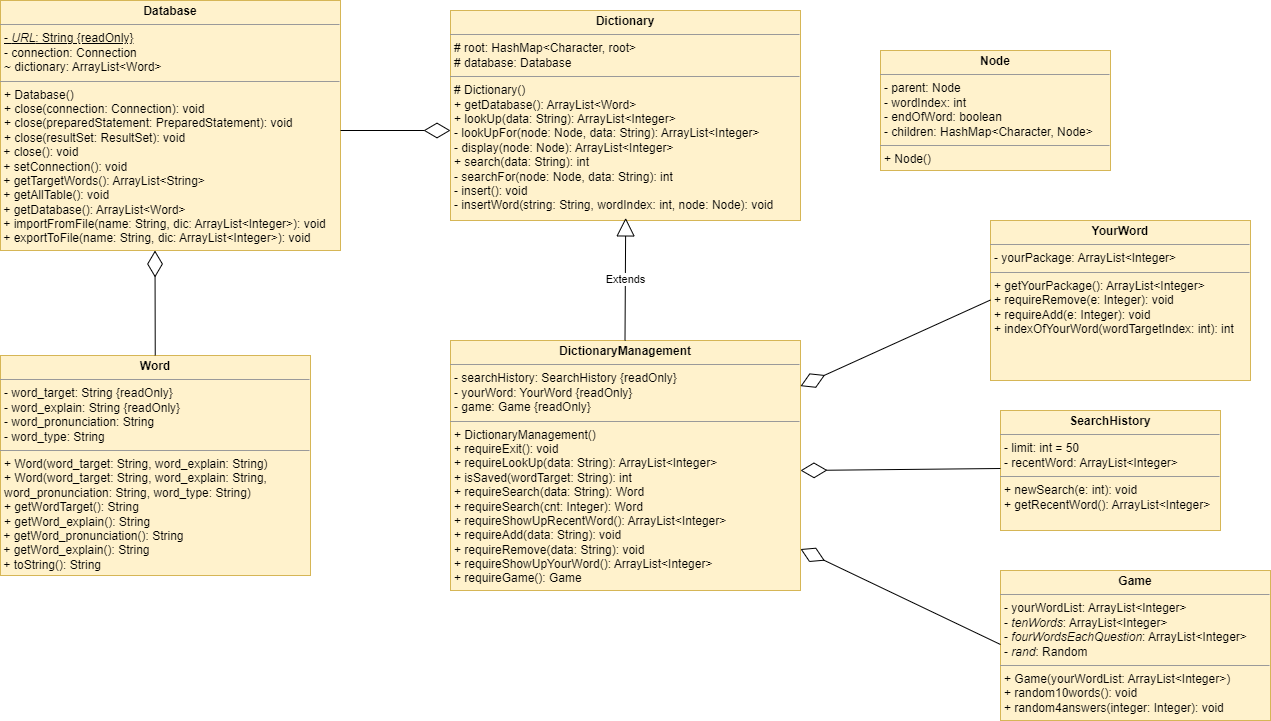
This is dictionary-Backend.drawio.png from ngoctranbao/javaoop, a draw.io export, as it was before one commit. Source tidied: cells renumbered, new cells last; positions are measured from the earlier drawing's top-left corner, leaving out a move shared by most shapes. Source of this version:
```xml
<mxGraphModel>
  <root>
    <mxCell id="0" />
    <mxCell id="1" parent="0" />
    <mxCell id="2" value="&lt;p style=&quot;margin:0px;margin-top:4px;text-align:center;&quot;&gt;&lt;b&gt;Word&lt;/b&gt;&lt;/p&gt;&lt;hr size=&quot;1&quot;&gt;&lt;p style=&quot;margin:0px;margin-left:4px;&quot;&gt;- word_target: String {readOnly}&lt;/p&gt;&lt;p style=&quot;margin:0px;margin-left:4px;&quot;&gt;- word_explain: String {readOnly}&lt;/p&gt;&lt;p style=&quot;margin:0px;margin-left:4px;&quot;&gt;- word_pronunciation: String&amp;nbsp;&lt;/p&gt;&lt;p style=&quot;margin:0px;margin-left:4px;&quot;&gt;- word_type: String&amp;nbsp;&lt;/p&gt;&lt;hr size=&quot;1&quot;&gt;&lt;p style=&quot;margin:0px;margin-left:4px;&quot;&gt;+ Word(word_target: String, word_explain: String)&lt;/p&gt;&lt;p style=&quot;margin:0px;margin-left:4px;&quot;&gt;+ Word(word_target: String, word_explain: String, word_pronunciation: String, word_type: String)&lt;br&gt;&lt;/p&gt;&lt;p style=&quot;margin:0px;margin-left:4px;&quot;&gt;+ getWordTarget(): String&lt;/p&gt;&lt;p style=&quot;margin:0px;margin-left:4px;&quot;&gt;+&amp;nbsp;getWord_explain(): String&lt;/p&gt;&amp;nbsp;+ getWord_pronunciation(): String&lt;br&gt;&amp;nbsp;+ getWord_explain(): String&lt;br&gt;&amp;nbsp;+ toString(): String&lt;br&gt;&lt;p style=&quot;margin:0px;margin-left:4px;&quot;&gt;&amp;nbsp;&lt;/p&gt;&lt;p style=&quot;margin:0px;margin-left:4px;&quot;&gt;&lt;br&gt;&lt;/p&gt;" style="verticalAlign=top;align=left;overflow=fill;fontSize=12;fontFamily=Helvetica;html=1;whiteSpace=wrap;fillColor=#fff2cc;strokeColor=#d6b656;" parent="1" vertex="1">
      <mxGeometry y="355" width="310" height="220" as="geometry" />
    </mxCell>
    <mxCell id="3" value="&lt;p style=&quot;margin:0px;margin-top:4px;text-align:center;&quot;&gt;&lt;b&gt;Dictionary&lt;/b&gt;&lt;/p&gt;&lt;hr size=&quot;1&quot;&gt;&lt;p style=&quot;margin:0px;margin-left:4px;&quot;&gt;# root: HashMap&amp;lt;Character, root&amp;gt;&lt;/p&gt;&lt;p style=&quot;margin:0px;margin-left:4px;&quot;&gt;# database: Database&lt;/p&gt;&lt;hr size=&quot;1&quot;&gt;&lt;p style=&quot;margin:0px;margin-left:4px;&quot;&gt;# Dictionary()&lt;/p&gt;&lt;p style=&quot;margin:0px;margin-left:4px;&quot;&gt;+ getDatabase(): ArrayList&amp;lt;Word&amp;gt;&lt;/p&gt;&lt;p style=&quot;margin:0px;margin-left:4px;&quot;&gt;+ lookUp(data: String): ArrayList&amp;lt;Integer&amp;gt;&lt;/p&gt;&lt;p style=&quot;margin:0px;margin-left:4px;&quot;&gt;- lookUpFor(node: Node, data: String): ArrayList&amp;lt;Integer&amp;gt;&lt;/p&gt;&lt;p style=&quot;margin:0px;margin-left:4px;&quot;&gt;- display(node: Node): ArrayList&amp;lt;Integer&amp;gt;&lt;/p&gt;&lt;p style=&quot;margin:0px;margin-left:4px;&quot;&gt;+ search(data: String): int&lt;/p&gt;&lt;p style=&quot;margin:0px;margin-left:4px;&quot;&gt;- searchFor(node: Node, data: String): int&lt;/p&gt;&lt;p style=&quot;margin:0px;margin-left:4px;&quot;&gt;- insert(): void&lt;/p&gt;&lt;p style=&quot;margin:0px;margin-left:4px;&quot;&gt;- insertWord(string: String, wordIndex: int, node: Node): void&lt;/p&gt;&lt;p style=&quot;margin:0px;margin-left:4px;&quot;&gt;&lt;br&gt;&lt;/p&gt;" style="verticalAlign=top;align=left;overflow=fill;fontSize=12;fontFamily=Helvetica;html=1;whiteSpace=wrap;fillColor=#fff2cc;strokeColor=#d6b656;" parent="1" vertex="1">
      <mxGeometry x="450" y="10" width="350" height="210" as="geometry" />
    </mxCell>
    <mxCell id="4" value="&lt;p style=&quot;margin:0px;margin-top:4px;text-align:center;&quot;&gt;&lt;b&gt;Database&lt;/b&gt;&lt;/p&gt;&lt;hr size=&quot;1&quot;&gt;&lt;p style=&quot;margin:0px;margin-left:4px;&quot;&gt;&lt;u&gt;- &lt;i&gt;URL&lt;/i&gt;: String {readOnly}&lt;/u&gt;&lt;/p&gt;&lt;p style=&quot;margin:0px;margin-left:4px;&quot;&gt;- connection: Connection&lt;/p&gt;&lt;p style=&quot;margin:0px;margin-left:4px;&quot;&gt;&lt;span style=&quot;background-color: initial;&quot;&gt;~ dictionary: ArrayList&amp;lt;Word&amp;gt;&lt;/span&gt;&lt;/p&gt;&lt;hr size=&quot;1&quot;&gt;&lt;p style=&quot;margin:0px;margin-left:4px;&quot;&gt;+ Database()&lt;/p&gt;&lt;p style=&quot;margin:0px;margin-left:4px;&quot;&gt;+ close(connection: Connection): void&lt;br&gt;&lt;/p&gt;&lt;p style=&quot;margin:0px;margin-left:4px;&quot;&gt;+ close(preparedStatement: PreparedStatement): void&lt;/p&gt;&lt;p style=&quot;margin:0px;margin-left:4px;&quot;&gt;+&amp;nbsp;close(resultSet:&amp;nbsp;ResultSet): void&lt;/p&gt;&amp;nbsp;+ close(): void&lt;br&gt;&amp;nbsp;+ setConnection(): void&lt;br&gt;&amp;nbsp;+&amp;nbsp;getTargetWords():&amp;nbsp;ArrayList&amp;lt;String&amp;gt;&lt;br&gt;&amp;nbsp;+&amp;nbsp;getAllTable(): void&lt;br&gt;&amp;nbsp;+ getDatabase(): ArrayList&amp;lt;Word&amp;gt;&lt;br&gt;&amp;nbsp;+ importFromFile(name: String, dic: ArrayList&amp;lt;Integer&amp;gt;): void&lt;br&gt;&amp;nbsp;+ exportToFile(name: String, dic: ArrayList&amp;lt;Integer&amp;gt;): void&lt;br&gt;&lt;p style=&quot;margin:0px;margin-left:4px;&quot;&gt;&amp;nbsp;&lt;/p&gt;&lt;p style=&quot;margin:0px;margin-left:4px;&quot;&gt;&lt;br&gt;&lt;/p&gt;" style="verticalAlign=top;align=left;overflow=fill;fontSize=12;fontFamily=Helvetica;html=1;whiteSpace=wrap;fillColor=#fff2cc;strokeColor=#d6b656;" parent="1" vertex="1">
      <mxGeometry width="340" height="250" as="geometry" />
    </mxCell>
    <mxCell id="5" value="&lt;p style=&quot;margin:0px;margin-top:4px;text-align:center;&quot;&gt;&lt;b&gt;Node&lt;/b&gt;&lt;/p&gt;&lt;hr size=&quot;1&quot;&gt;&lt;p style=&quot;margin:0px;margin-left:4px;&quot;&gt;- parent: Node&lt;/p&gt;&lt;p style=&quot;margin:0px;margin-left:4px;&quot;&gt;- wordIndex: int&lt;/p&gt;&lt;p style=&quot;margin:0px;margin-left:4px;&quot;&gt;- endOfWord: boolean&lt;/p&gt;&lt;p style=&quot;margin:0px;margin-left:4px;&quot;&gt;- children: HashMap&amp;lt;Character, Node&amp;gt;&lt;/p&gt;&lt;hr size=&quot;1&quot;&gt;&lt;p style=&quot;margin:0px;margin-left:4px;&quot;&gt;+ Node()&lt;/p&gt;" style="verticalAlign=top;align=left;overflow=fill;fontSize=12;fontFamily=Helvetica;html=1;whiteSpace=wrap;fillColor=#fff2cc;strokeColor=#d6b656;" parent="1" vertex="1">
      <mxGeometry x="880" y="50" width="230" height="120" as="geometry" />
    </mxCell>
    <mxCell id="6" value="&lt;p style=&quot;margin:0px;margin-top:4px;text-align:center;&quot;&gt;&lt;b&gt;DictionaryManagement&lt;/b&gt;&lt;/p&gt;&lt;hr size=&quot;1&quot;&gt;&lt;p style=&quot;margin:0px;margin-left:4px;&quot;&gt;- searchHistory: SearchHistory {readOnly}&lt;/p&gt;&lt;p style=&quot;margin:0px;margin-left:4px;&quot;&gt;- yourWord: YourWord&amp;nbsp;{readOnly}&lt;/p&gt;&lt;p style=&quot;margin:0px;margin-left:4px;&quot;&gt;- game: Game {readOnly}&lt;/p&gt;&lt;hr size=&quot;1&quot;&gt;&lt;p style=&quot;margin:0px;margin-left:4px;&quot;&gt;+ DictionaryManagement()&lt;/p&gt;&lt;p style=&quot;margin:0px;margin-left:4px;&quot;&gt;+ requireExit(): void&lt;/p&gt;&lt;p style=&quot;margin:0px;margin-left:4px;&quot;&gt;+ requireLookUp(data: String): ArrayList&amp;lt;Integer&amp;gt;&lt;/p&gt;&lt;p style=&quot;margin:0px;margin-left:4px;&quot;&gt;+ isSaved(wordTarget: String): int&lt;/p&gt;&lt;p style=&quot;margin:0px;margin-left:4px;&quot;&gt;+ requireSearch(data: String): Word&lt;/p&gt;&lt;p style=&quot;margin:0px;margin-left:4px;&quot;&gt;+ requireSearch(cnt: Integer): Word&lt;br&gt;&lt;/p&gt;&lt;p style=&quot;margin:0px;margin-left:4px;&quot;&gt;+ requireShowUpRecentWord(): ArrayList&amp;lt;Integer&amp;gt;&lt;/p&gt;&lt;p style=&quot;margin:0px;margin-left:4px;&quot;&gt;+ requireAdd(data: String): void&lt;/p&gt;&lt;p style=&quot;margin:0px;margin-left:4px;&quot;&gt;+ requireRemove(data: String): void&lt;/p&gt;&lt;p style=&quot;margin:0px;margin-left:4px;&quot;&gt;+ requireShowUpYourWord(): ArrayList&amp;lt;Integer&amp;gt;&lt;/p&gt;&lt;p style=&quot;margin:0px;margin-left:4px;&quot;&gt;+ requireGame(): Game&lt;/p&gt;" style="verticalAlign=top;align=left;overflow=fill;fontSize=12;fontFamily=Helvetica;html=1;whiteSpace=wrap;fillColor=#fff2cc;strokeColor=#d6b656;" parent="1" vertex="1">
      <mxGeometry x="450" y="340" width="350" height="250" as="geometry" />
    </mxCell>
    <mxCell id="7" value="&lt;p style=&quot;margin:0px;margin-top:4px;text-align:center;&quot;&gt;&lt;b&gt;SearchHistory&lt;/b&gt;&lt;/p&gt;&lt;hr size=&quot;1&quot;&gt;&lt;p style=&quot;margin:0px;margin-left:4px;&quot;&gt;- limit: int = 50&lt;/p&gt;&lt;p style=&quot;margin:0px;margin-left:4px;&quot;&gt;- recentWord: ArrayList&amp;lt;Integer&amp;gt;&lt;/p&gt;&lt;hr size=&quot;1&quot;&gt;&lt;p style=&quot;margin:0px;margin-left:4px;&quot;&gt;+ newSearch(e: int): void&lt;/p&gt;&lt;p style=&quot;margin:0px;margin-left:4px;&quot;&gt;+ getRecentWord(): ArrayList&amp;lt;Integer&amp;gt;&lt;/p&gt;&lt;p style=&quot;margin:0px;margin-left:4px;&quot;&gt;&lt;br&gt;&lt;/p&gt;" style="verticalAlign=top;align=left;overflow=fill;fontSize=12;fontFamily=Helvetica;html=1;whiteSpace=wrap;fillColor=#fff2cc;strokeColor=#d6b656;" parent="1" vertex="1">
      <mxGeometry x="1000" y="410" width="220" height="120" as="geometry" />
    </mxCell>
    <mxCell id="8" value="&lt;p style=&quot;margin:0px;margin-top:4px;text-align:center;&quot;&gt;&lt;b&gt;YourWord&lt;/b&gt;&lt;/p&gt;&lt;hr size=&quot;1&quot;&gt;&lt;p style=&quot;margin:0px;margin-left:4px;&quot;&gt;&lt;span style=&quot;background-color: initial;&quot;&gt;- yourPackage: ArrayList&amp;lt;Integer&amp;gt;&lt;/span&gt;&lt;br&gt;&lt;/p&gt;&lt;hr size=&quot;1&quot;&gt;&lt;p style=&quot;margin:0px;margin-left:4px;&quot;&gt;&lt;span style=&quot;background-color: initial;&quot;&gt;+ getYourPackage(): ArrayList&amp;lt;Integer&amp;gt;&lt;/span&gt;&lt;br&gt;&lt;/p&gt;&lt;p style=&quot;margin:0px;margin-left:4px;&quot;&gt;&lt;span style=&quot;background-color: initial;&quot;&gt;+ requireRemove(e: Integer): void&lt;/span&gt;&lt;/p&gt;&lt;p style=&quot;margin:0px;margin-left:4px;&quot;&gt;&lt;span style=&quot;background-color: initial;&quot;&gt;+ requireAdd(e: Integer): void&lt;/span&gt;&lt;/p&gt;&lt;p style=&quot;margin:0px;margin-left:4px;&quot;&gt;&lt;span style=&quot;background-color: initial;&quot;&gt;+ indexOfYourWord(wordTargetIndex: int): int&lt;/span&gt;&lt;/p&gt;&lt;p style=&quot;margin:0px;margin-left:4px;&quot;&gt;&lt;br&gt;&lt;/p&gt;" style="verticalAlign=top;align=left;overflow=fill;fontSize=12;fontFamily=Helvetica;html=1;whiteSpace=wrap;fillColor=#fff2cc;strokeColor=#d6b656;" parent="1" vertex="1">
      <mxGeometry x="990" y="220" width="260" height="160" as="geometry" />
    </mxCell>
    <mxCell id="9" value="&lt;p style=&quot;margin:0px;margin-top:4px;text-align:center;&quot;&gt;&lt;b&gt;Game&lt;/b&gt;&lt;/p&gt;&lt;hr size=&quot;1&quot;&gt;&lt;p style=&quot;margin:0px;margin-left:4px;&quot;&gt;&lt;span style=&quot;background-color: initial;&quot;&gt;- yourWordList: ArrayList&amp;lt;Integer&amp;gt;&lt;/span&gt;&lt;br&gt;&lt;/p&gt;&lt;p style=&quot;margin:0px;margin-left:4px;&quot;&gt;- &lt;i&gt;tenWords&lt;/i&gt;: ArrayList&amp;lt;Integer&amp;gt;&lt;span style=&quot;background-color: initial;&quot;&gt;&lt;br&gt;&lt;/span&gt;&lt;/p&gt;&lt;p style=&quot;margin:0px;margin-left:4px;&quot;&gt;- &lt;i&gt;fourWordsEachQuestion&lt;/i&gt;: ArrayList&amp;lt;Integer&amp;gt;&lt;br&gt;&lt;/p&gt;&lt;p style=&quot;margin:0px;margin-left:4px;&quot;&gt;- &lt;i&gt;rand&lt;/i&gt;: Random&lt;/p&gt;&lt;hr size=&quot;1&quot;&gt;&lt;p style=&quot;margin:0px;margin-left:4px;&quot;&gt;+ Game(yourWordList: ArrayList&amp;lt;Integer&amp;gt;)&lt;/p&gt;&lt;p style=&quot;margin:0px;margin-left:4px;&quot;&gt;+ random10words(): void&lt;/p&gt;&lt;p style=&quot;margin:0px;margin-left:4px;&quot;&gt;+ random4answers(integer: Integer): void&lt;/p&gt;" style="verticalAlign=top;align=left;overflow=fill;fontSize=12;fontFamily=Helvetica;html=1;whiteSpace=wrap;fillColor=#fff2cc;strokeColor=#d6b656;" parent="1" vertex="1">
      <mxGeometry x="1000" y="570" width="270" height="150" as="geometry" />
    </mxCell>
    <mxCell id="10" style="endArrow=diamondThin;endFill=0;endSize=24;html=1;rounded=0;entryX=0.5;entryY=1;entryDx=0;entryDy=0;" parent="1" edge="1" source="2">
      <mxGeometry relative="1" as="geometry">
        <mxPoint x="154.5" y="250" as="targetPoint" />
      </mxGeometry>
    </mxCell>
    <mxCell id="11" style="endArrow=diamondThin;endFill=0;endSize=24;html=1;rounded=0;" parent="1" edge="1">
      <mxGeometry relative="1" as="geometry">
        <mxPoint x="340" y="130" as="sourcePoint" />
        <mxPoint x="450" y="130" as="targetPoint" />
      </mxGeometry>
    </mxCell>
    <mxCell id="12" value="Extends" style="endArrow=block;endSize=16;endFill=0;html=1;rounded=0;exitX=0.572;exitY=0.021;exitDx=0;exitDy=0;exitPerimeter=0;entryX=0.574;entryY=1.012;entryDx=0;entryDy=0;entryPerimeter=0;" parent="1" edge="1">
      <mxGeometry relative="1" as="geometry">
        <mxPoint x="624.5" y="340" as="sourcePoint" />
        <mxPoint x="625.2" y="217.4" as="targetPoint" />
      </mxGeometry>
    </mxCell>
    <mxCell id="13" style="endArrow=diamondThin;endFill=0;endSize=24;html=1;rounded=0;" parent="1" edge="1" target="6">
      <mxGeometry relative="1" as="geometry">
        <mxPoint x="990" y="299.5" as="sourcePoint" />
      </mxGeometry>
    </mxCell>
    <mxCell id="14" style="endArrow=diamondThin;endFill=0;endSize=24;html=1;rounded=0;" parent="1" edge="1">
      <mxGeometry relative="1" as="geometry">
        <mxPoint x="1000" y="468" as="sourcePoint" />
        <mxPoint x="800" y="470" as="targetPoint" />
      </mxGeometry>
    </mxCell>
    <mxCell id="15" style="endArrow=diamondThin;endFill=0;endSize=24;html=1;rounded=0;" parent="1" edge="1" target="6">
      <mxGeometry relative="1" as="geometry">
        <mxPoint x="1000" y="644" as="sourcePoint" />
      </mxGeometry>
    </mxCell>
  </root>
</mxGraphModel>
```
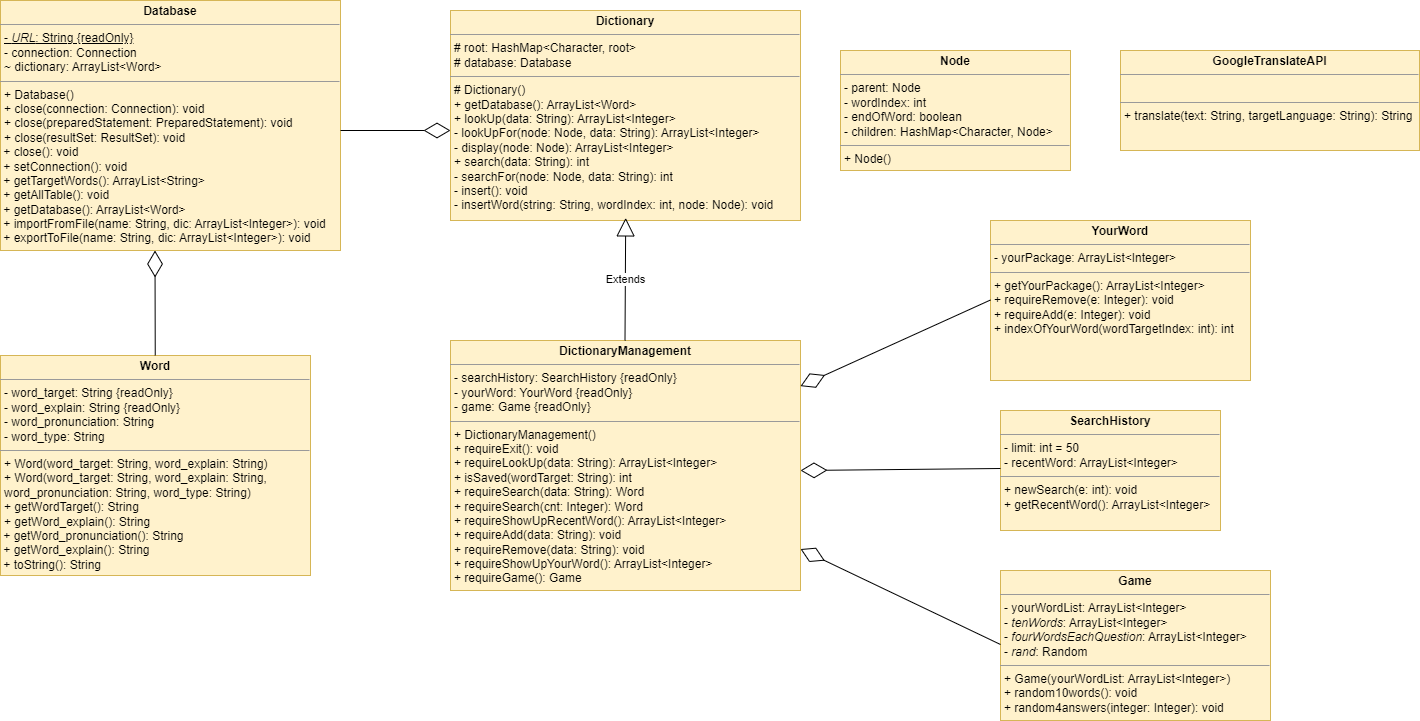
The same diagram one commit later.

The edit, as a diff of the source:
```diff
@@ -12,7 +12,7 @@
       <mxGeometry width="340" height="250" as="geometry" />
     </mxCell>
     <mxCell id="5" value="&lt;p style=&quot;margin:0px;margin-top:4px;text-align:center;&quot;&gt;&lt;b&gt;Node&lt;/b&gt;&lt;/p&gt;&lt;hr size=&quot;1&quot;&gt;&lt;p style=&quot;margin:0px;margin-left:4px;&quot;&gt;- parent: Node&lt;/p&gt;&lt;p style=&quot;margin:0px;margin-left:4px;&quot;&gt;- wordIndex: int&lt;/p&gt;&lt;p style=&quot;margin:0px;margin-left:4px;&quot;&gt;- endOfWord: boolean&lt;/p&gt;&lt;p style=&quot;margin:0px;margin-left:4px;&quot;&gt;- children: HashMap&amp;lt;Character, Node&amp;gt;&lt;/p&gt;&lt;hr size=&quot;1&quot;&gt;&lt;p style=&quot;margin:0px;margin-left:4px;&quot;&gt;+ Node()&lt;/p&gt;" style="verticalAlign=top;align=left;overflow=fill;fontSize=12;fontFamily=Helvetica;html=1;whiteSpace=wrap;fillColor=#fff2cc;strokeColor=#d6b656;" parent="1" vertex="1">
-      <mxGeometry x="880" y="50" width="230" height="120" as="geometry" />
+      <mxGeometry x="840" y="50" width="230" height="120" as="geometry" />
     </mxCell>
     <mxCell id="6" value="&lt;p style=&quot;margin:0px;margin-top:4px;text-align:center;&quot;&gt;&lt;b&gt;DictionaryManagement&lt;/b&gt;&lt;/p&gt;&lt;hr size=&quot;1&quot;&gt;&lt;p style=&quot;margin:0px;margin-left:4px;&quot;&gt;- searchHistory: SearchHistory {readOnly}&lt;/p&gt;&lt;p style=&quot;margin:0px;margin-left:4px;&quot;&gt;- yourWord: YourWord&amp;nbsp;{readOnly}&lt;/p&gt;&lt;p style=&quot;margin:0px;margin-left:4px;&quot;&gt;- game: Game {readOnly}&lt;/p&gt;&lt;hr size=&quot;1&quot;&gt;&lt;p style=&quot;margin:0px;margin-left:4px;&quot;&gt;+ DictionaryManagement()&lt;/p&gt;&lt;p style=&quot;margin:0px;margin-left:4px;&quot;&gt;+ requireExit(): void&lt;/p&gt;&lt;p style=&quot;margin:0px;margin-left:4px;&quot;&gt;+ requireLookUp(data: String): ArrayList&amp;lt;Integer&amp;gt;&lt;/p&gt;&lt;p style=&quot;margin:0px;margin-left:4px;&quot;&gt;+ isSaved(wordTarget: String): int&lt;/p&gt;&lt;p style=&quot;margin:0px;margin-left:4px;&quot;&gt;+ requireSearch(data: String): Word&lt;/p&gt;&lt;p style=&quot;margin:0px;margin-left:4px;&quot;&gt;+ requireSearch(cnt: Integer): Word&lt;br&gt;&lt;/p&gt;&lt;p style=&quot;margin:0px;margin-left:4px;&quot;&gt;+ requireShowUpRecentWord(): ArrayList&amp;lt;Integer&amp;gt;&lt;/p&gt;&lt;p style=&quot;margin:0px;margin-left:4px;&quot;&gt;+ requireAdd(data: String): void&lt;/p&gt;&lt;p style=&quot;margin:0px;margin-left:4px;&quot;&gt;+ requireRemove(data: String): void&lt;/p&gt;&lt;p style=&quot;margin:0px;margin-left:4px;&quot;&gt;+ requireShowUpYourWord(): ArrayList&amp;lt;Integer&amp;gt;&lt;/p&gt;&lt;p style=&quot;margin:0px;margin-left:4px;&quot;&gt;+ requireGame(): Game&lt;/p&gt;" style="verticalAlign=top;align=left;overflow=fill;fontSize=12;fontFamily=Helvetica;html=1;whiteSpace=wrap;fillColor=#fff2cc;strokeColor=#d6b656;" parent="1" vertex="1">
       <mxGeometry x="450" y="340" width="350" height="250" as="geometry" />
@@ -59,5 +59,8 @@
         <mxPoint x="1000" y="644" as="sourcePoint" />
       </mxGeometry>
     </mxCell>
+    <mxCell id="16" value="&lt;p style=&quot;margin:0px;margin-top:4px;text-align:center;&quot;&gt;&lt;b&gt;GoogleTranslateAPI&lt;/b&gt;&lt;/p&gt;&lt;hr size=&quot;1&quot;&gt;&lt;p style=&quot;margin:0px;margin-left:4px;&quot;&gt;&lt;br&gt;&lt;/p&gt;&lt;hr size=&quot;1&quot;&gt;&lt;p style=&quot;margin:0px;margin-left:4px;&quot;&gt;+ translate(text: String, targetLanguage: String): String&lt;/p&gt;" style="verticalAlign=top;align=left;overflow=fill;fontSize=12;fontFamily=Helvetica;html=1;whiteSpace=wrap;fillColor=#fff2cc;strokeColor=#d6b656;" parent="1" vertex="1">
+      <mxGeometry x="1120" y="50" width="299" height="100" as="geometry" />
+    </mxCell>
   </root>
 </mxGraphModel>
```
